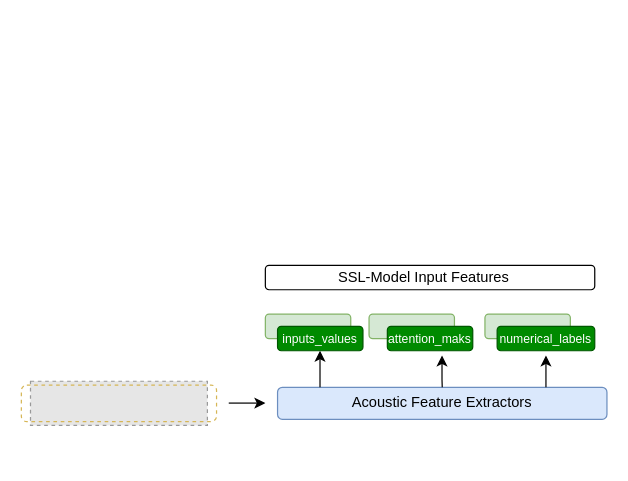
Earlier version of the draw.io diagram Diagramme sans nom.drawio (papasega/Applied-Deep-Learning). Source tidied: cells renumbered, new cells numbered last; positions are measured from the earlier drawing's top-left corner, leaving out a move shared by most shapes. Both pictures are drawn from the tidied source at 122%, with x=0, y=0 at pixel (21, 265). Pictures stored in the file or linked from it are replaced by grey dashed boxes.
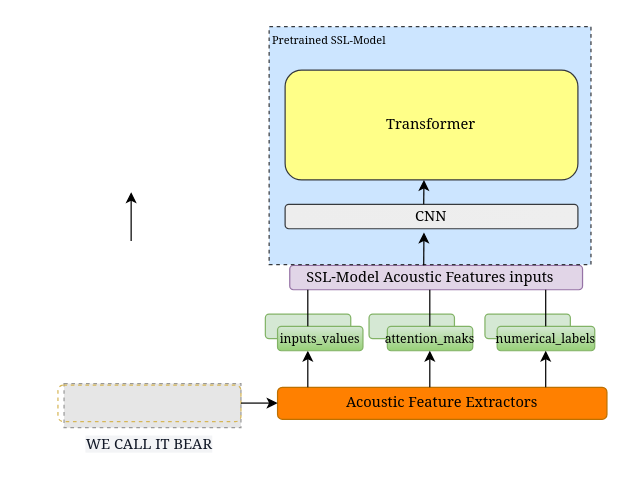
Above is the later version.

Commit message (it also covers changes not shown here):
Mettre à jour Diagramme sans nom.drawio

What changed in the source:
```diff
@@
-    <mxCell id="2" value="&lt;font style=&quot;font-size: 12px;&quot;&gt;Acoustic Feature Extractors&lt;/font&gt;" style="rounded=1;whiteSpace=wrap;html=1;fillColor=#dae8fc;strokeColor=#6c8ebf;" parent="1" vertex="1">
+    <mxCell id="2" value="&lt;font face=&quot;Georgia&quot; style=&quot;font-size: 12px;&quot;&gt;Acoustic Feature Extractors&lt;/font&gt;" style="rounded=1;whiteSpace=wrap;html=1;fillColor=#FF8000;strokeColor=#BD7000;fontColor=#000000;" parent="1" vertex="1">
       <mxGeometry x="210" y="100" width="270" height="26.2" as="geometry" />
     </mxCell>
     <mxCell id="3" style="fillColor=#E6E6E6;strokeColor=#999999;dashed=1;verticalLabelPosition=bottom;labelBackgroundColor=default;verticalAlign=top;" parent="1" vertex="1">
-      <mxGeometry x="7.5" y="95" width="145" height="36.2" as="geometry" />
+      <mxGeometry x="35" y="96.9" width="145" height="36.2" as="geometry" />
     </mxCell>
     <mxCell id="4" style="rounded=1;whiteSpace=wrap;html=1;fillColor=none;strokeColor=#d6b656;dashed=1;strokeWidth=1;" parent="1" vertex="1">
-      <mxGeometry y="98.1" width="160" height="30" as="geometry" />
+      <mxGeometry x="30" y="98.1" width="150" height="30" as="geometry" />
     </mxCell>
     <mxCell id="5" style="endArrow=classic;html=1;rounded=0;" parent="1" edge="1">
       <mxGeometry relative="1" as="geometry">
-        <mxPoint x="170" y="112.9" as="sourcePoint" />
-        <mxPoint x="200" y="112.9" as="targetPoint" />
+        <mxPoint x="180" y="112.9" as="sourcePoint" />
+        <mxPoint x="210" y="112.9" as="targetPoint" />
       </mxGeometry>
     </mxCell>
     <mxCell id="6" style="endArrow=classic;html=1;rounded=0;" parent="1" edge="1">
       <mxGeometry relative="1" as="geometry">
-        <mxPoint x="244.8" y="100" as="sourcePoint" />
-        <mxPoint x="244.8" y="70" as="targetPoint" />
+        <mxPoint x="234.8" y="100" as="sourcePoint" />
+        <mxPoint x="234.8" y="70" as="targetPoint" />
         <Array as="points">
-          <mxPoint x="244.8" y="90" />
+          <mxPoint x="234.8" y="90" />
         </Array>
       </mxGeometry>
     </mxCell>
@@
-    <mxCell id="8" value="&lt;font style=&quot;font-size: 10px;&quot;&gt;inputs_values&lt;/font&gt;" style="rounded=1;whiteSpace=wrap;html=1;fillColor=#008a00;strokeColor=#005700;fontColor=#ffffff;" parent="1" vertex="1">
+    <mxCell id="8" value="&lt;font face=&quot;Georgia&quot; style=&quot;font-size: 10px;&quot;&gt;inputs_values&lt;/font&gt;" style="rounded=1;whiteSpace=wrap;html=1;fillColor=#d5e8d4;strokeColor=#82b366;gradientColor=#97d077;" parent="1" vertex="1">
       <mxGeometry x="210" y="50" width="70" height="20" as="geometry" />
     </mxCell>
@@
-    <mxCell id="10" value="&lt;span style=&quot;font-size: 10px;&quot;&gt;attention_maks&lt;/span&gt;" style="rounded=1;whiteSpace=wrap;html=1;fillColor=#008a00;strokeColor=#005700;fontColor=#ffffff;" parent="1" vertex="1">
+    <mxCell id="10" value="&lt;span style=&quot;font-size: 10px;&quot;&gt;&lt;font face=&quot;Georgia&quot;&gt;attention_maks&lt;/font&gt;&lt;/span&gt;" style="rounded=1;whiteSpace=wrap;html=1;fillColor=#d5e8d4;strokeColor=#82b366;gradientColor=#97d077;" parent="1" vertex="1">
       <mxGeometry x="300" y="50" width="70" height="20" as="geometry" />
     </mxCell>
@@
-    <mxCell id="12" value="&lt;span style=&quot;font-size: 10px;&quot;&gt;numerical_labels&lt;/span&gt;" style="rounded=1;whiteSpace=wrap;html=1;fillColor=#008a00;strokeColor=#005700;fontColor=#ffffff;" parent="1" vertex="1">
+    <mxCell id="12" value="&lt;span style=&quot;font-size: 10px;&quot;&gt;&lt;font face=&quot;Georgia&quot;&gt;numerical_labels&lt;/font&gt;&lt;/span&gt;" style="rounded=1;whiteSpace=wrap;html=1;fillColor=#d5e8d4;strokeColor=#82b366;gradientColor=#97d077;" parent="1" vertex="1">
       <mxGeometry x="390" y="50" width="80" height="20" as="geometry" />
     </mxCell>
-    <mxCell id="13" style="endArrow=classic;html=1;rounded=0;" parent="1" edge="1">
-      <mxGeometry relative="1" as="geometry">
-        <mxPoint x="345" y="100" as="sourcePoint" />
-        <mxPoint x="344.8" y="73.8" as="targetPoint" />
-        <Array as="points">
-          <mxPoint x="344.8" y="93.8" />
-        </Array>
-      </mxGeometry>
-    </mxCell>
-    <mxCell id="14" style="endArrow=classic;html=1;rounded=0;" parent="1" edge="1">
-      <mxGeometry relative="1" as="geometry">
-        <mxPoint x="430" y="100" as="sourcePoint" />
-        <mxPoint x="430" y="73.8" as="targetPoint" />
-        <Array as="points">
-          <mxPoint x="430" y="93.8" />
-        </Array>
-      </mxGeometry>
-    </mxCell>
-    <mxCell id="15" value="SSL-Model Input Features&amp;nbsp; &amp;nbsp;" style="rounded=1;whiteSpace=wrap;html=1;" parent="1" vertex="1">
-      <mxGeometry x="200" width="270" height="20" as="geometry" />
+    <mxCell id="15" value="&lt;font face=&quot;Georgia&quot;&gt;SSL-Model Acoustic Features inputs&amp;nbsp; &amp;nbsp;&lt;/font&gt;" style="rounded=1;whiteSpace=wrap;html=1;fillColor=#e1d5e7;strokeColor=#9673a6;" parent="1" vertex="1">
+      <mxGeometry x="220" width="240" height="20" as="geometry" />
     </mxCell>
+    <mxCell id="16" style="endArrow=none;html=1;rounded=0;" parent="1" edge="1">
+      <mxGeometry relative="1" as="geometry">
+        <mxPoint x="234.8" y="50" as="sourcePoint" />
+        <mxPoint x="234.8" y="20" as="targetPoint" />
+      </mxGeometry>
+    </mxCell>
+    <mxCell id="17" style="endArrow=none;html=1;rounded=0;" parent="1" edge="1">
+      <mxGeometry relative="1" as="geometry">
+        <mxPoint x="334.8" y="50" as="sourcePoint" />
+        <mxPoint x="334.8" y="20" as="targetPoint" />
+      </mxGeometry>
+    </mxCell>
+    <mxCell id="18" style="endArrow=none;html=1;rounded=0;" parent="1" edge="1">
+      <mxGeometry relative="1" as="geometry">
+        <mxPoint x="429.8" y="50" as="sourcePoint" />
+        <mxPoint x="429.8" y="20" as="targetPoint" />
+      </mxGeometry>
+    </mxCell>
+    <mxCell id="19" style="endArrow=classic;html=1;rounded=0;" parent="1" edge="1">
+      <mxGeometry relative="1" as="geometry">
+        <mxPoint x="334.8" y="100" as="sourcePoint" />
+        <mxPoint x="334.8" y="70" as="targetPoint" />
+        <Array as="points">
+          <mxPoint x="334.8" y="90" />
+        </Array>
+      </mxGeometry>
+    </mxCell>
+    <mxCell id="20" style="endArrow=classic;html=1;rounded=0;" parent="1" edge="1">
+      <mxGeometry relative="1" as="geometry">
+        <mxPoint x="429.8" y="100" as="sourcePoint" />
+        <mxPoint x="429.8" y="70" as="targetPoint" />
+        <Array as="points">
+          <mxPoint x="429.8" y="90" />
+        </Array>
+      </mxGeometry>
+    </mxCell>
+    <mxCell id="21" value="&lt;span style=&quot;color: rgb(17, 24, 39); text-align: start; background-color: rgb(243, 244, 246);&quot;&gt;&lt;font face=&quot;Georgia&quot;&gt;WE CALL IT BEAR&lt;/font&gt;&lt;/span&gt;" style="text;html=1;align=center;verticalAlign=middle;whiteSpace=wrap;rounded=0;" parent="1" vertex="1">
+      <mxGeometry x="40" y="133.1" width="130" height="26.9" as="geometry" />
+    </mxCell>
+    <mxCell id="22" style="rounded=0;whiteSpace=wrap;html=1;rotation=90;fillColor=#cce5ff;dashed=1;strokeColor=#36393d;" parent="1" vertex="1">
+      <mxGeometry x="237.5" y="-230" width="195" height="263.8" as="geometry" />
+    </mxCell>
+    <mxCell id="23" value="&lt;font face=&quot;Georgia&quot;&gt;CNN&lt;/font&gt;" style="rounded=1;whiteSpace=wrap;html=1;fillColor=#eeeeee;strokeColor=#36393d;gradientColor=#EDEDED;gradientDirection=west;" parent="1" vertex="1">
+      <mxGeometry x="216.2" y="-50" width="240" height="20" as="geometry" />
+    </mxCell>
+    <mxCell id="24" value="&lt;font face=&quot;Georgia&quot;&gt;Transformer&lt;/font&gt;" style="rounded=1;whiteSpace=wrap;html=1;fillColor=#ffff88;strokeColor=#36393d;gradientColor=none;" parent="1" vertex="1">
+      <mxGeometry x="216.2" y="-160" width="240" height="90" as="geometry" />
+    </mxCell>
+    <mxCell id="25" style="endArrow=classic;html=1;rounded=0;entryX=0.521;entryY=1.15;entryDx=0;entryDy=0;entryPerimeter=0;" parent="1" edge="1">
+      <mxGeometry relative="1" as="geometry">
+        <mxPoint x="329.8" as="sourcePoint" />
+        <mxPoint x="330" y="-27" as="targetPoint" />
+      </mxGeometry>
+    </mxCell>
+    <mxCell id="26" style="endArrow=classic;html=1;rounded=0;" parent="1" edge="1">
+      <mxGeometry relative="1" as="geometry">
+        <mxPoint x="329.8" y="-50" as="sourcePoint" />
+        <mxPoint x="330" y="-70" as="targetPoint" />
+      </mxGeometry>
+    </mxCell>
+    <mxCell id="27" value="&lt;font face=&quot;Georgia&quot; style=&quot;font-size: 9px;&quot;&gt;Pretrained SSL-Model&lt;/font&gt;" style="text;html=1;align=center;verticalAlign=middle;whiteSpace=wrap;rounded=0;" parent="1" vertex="1">
+      <mxGeometry x="190" y="-200" width="125" height="30" as="geometry" />
+    </mxCell>
+    <mxCell id="28" style="endArrow=classic;html=1;rounded=0;" parent="1" edge="1">
+      <mxGeometry relative="1" as="geometry">
+        <mxPoint x="90" y="-20" as="sourcePoint" />
+        <mxPoint x="90" y="-60" as="targetPoint" />
+      </mxGeometry>
+    </mxCell>
```
